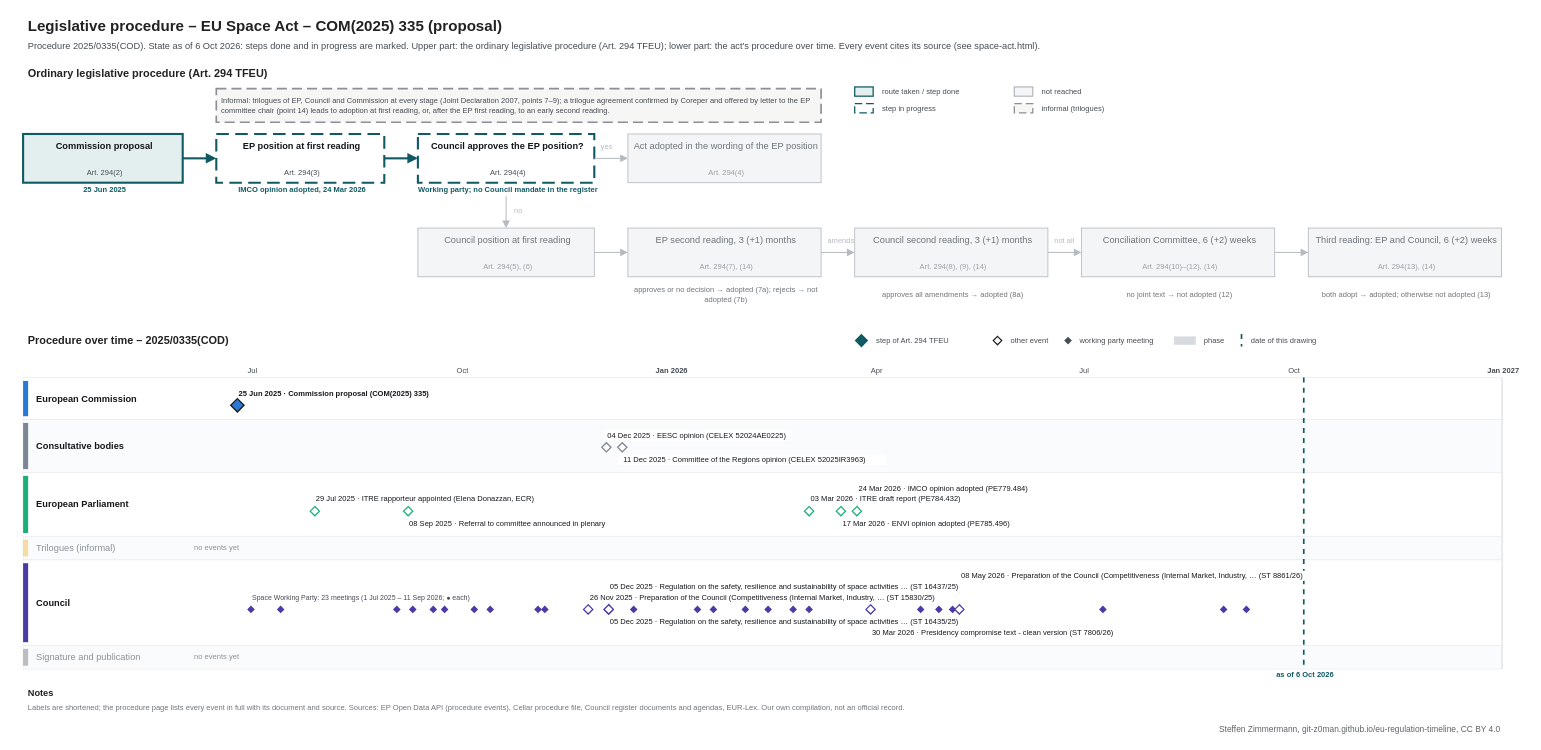
Earlier version of the draw.io diagram procedures/space-act.drawio (git-z0man/eu-regulation-timeline). Source tidied: cells renumbered, new cells numbered last; positions are measured from the earlier drawing's top-left corner, leaving out a move shared by most shapes. Both pictures are drawn from the tidied source at 84%, with x=0, y=0 at pixel (14, 14).
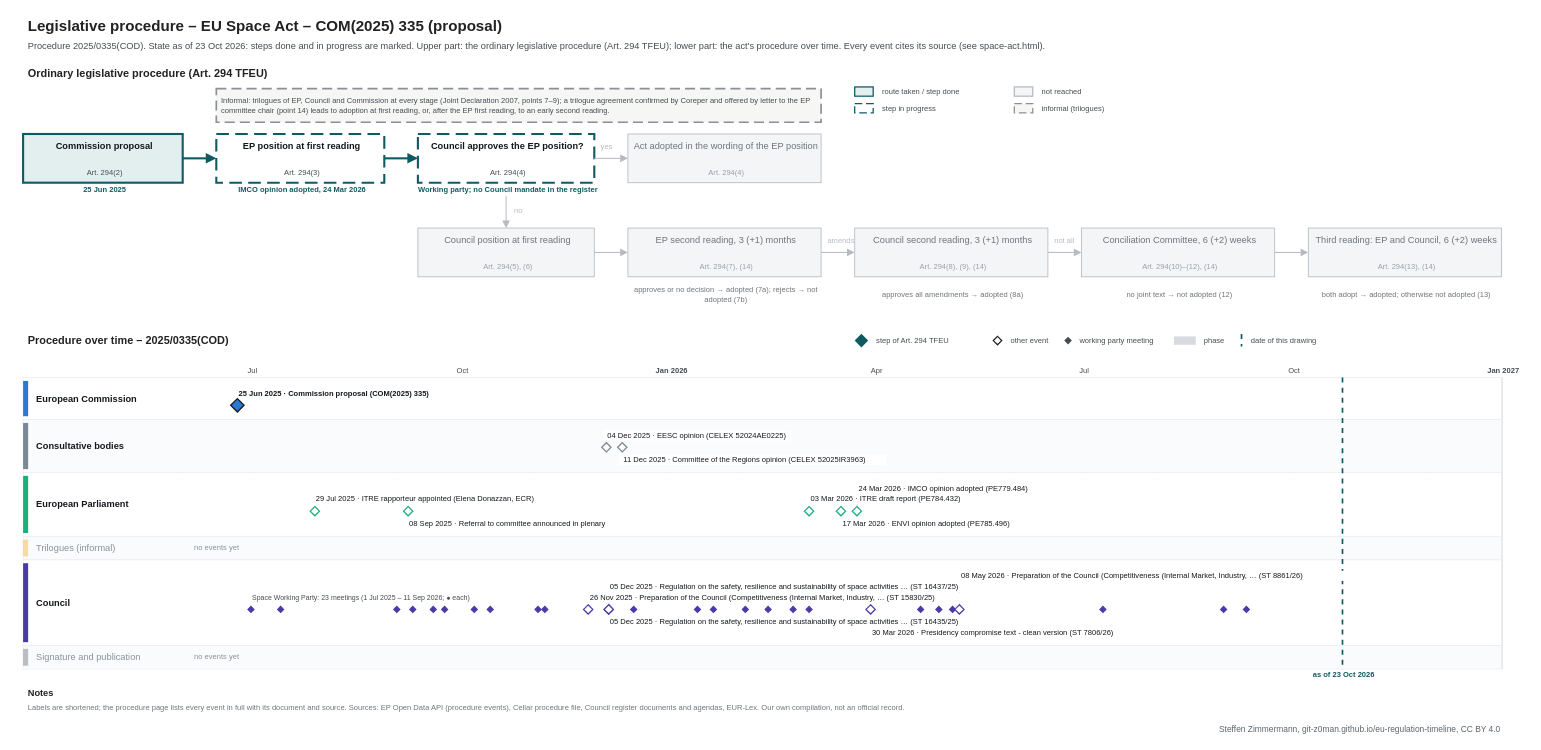
The same page after the edit.

Change to the diagram source:
```diff
@@
-    <mxCell id="3" value="Procedure 2025/0335(COD). State as of 6 Oct 2026: steps done and in progress are marked. Upper part: the ordinary legislative procedure (Art. 294 TFEU); lower part: the act's procedure over time. Every event cites its source (see space-act.html)." style="text;html=1;fontSize=11;fontColor=#454c53;align=left;verticalAlign=middle;spacingLeft=4;" parent="1" vertex="1">
+    <mxCell id="3" value="Procedure 2025/0335(COD). State as of 23 Oct 2026: steps done and in progress are marked. Upper part: the ordinary legislative procedure (Art. 294 TFEU); lower part: the act's procedure over time. Every event cites its source (see space-act.html)." style="text;html=1;fontSize=11;fontColor=#454c53;align=left;verticalAlign=middle;spacingLeft=4;" parent="1" vertex="1">
       <mxGeometry x="10" y="28" width="1700" height="18" as="geometry" />
     </mxCell>
@@
     <mxCell id="119" style="line;html=1;strokeWidth=2;strokeColor=#0f5a63;direction=south;dashed=1;" parent="1" vertex="1">
-      <mxGeometry x="1534.1" y="432" width="1" height="347" as="geometry" />
+      <mxGeometry x="1580.2" y="432" width="1" height="347" as="geometry" />
     </mxCell>
-    <mxCell id="120" value="as of 6 Oct 2026" style="text;html=1;fontSize=9;fontColor=#0f5a63;align=center;verticalAlign=middle;spacingLeft=4;fontStyle=1;" parent="1" vertex="1">
-      <mxGeometry x="1474.1" y="780" width="120" height="12" as="geometry" />
+    <mxCell id="120" value="as of 23 Oct 2026" style="text;html=1;fontSize=9;fontColor=#0f5a63;align=center;verticalAlign=middle;spacingLeft=4;fontStyle=1;" parent="1" vertex="1">
+      <mxGeometry x="1520.2" y="780" width="120" height="12" as="geometry" />
     </mxCell>
```
